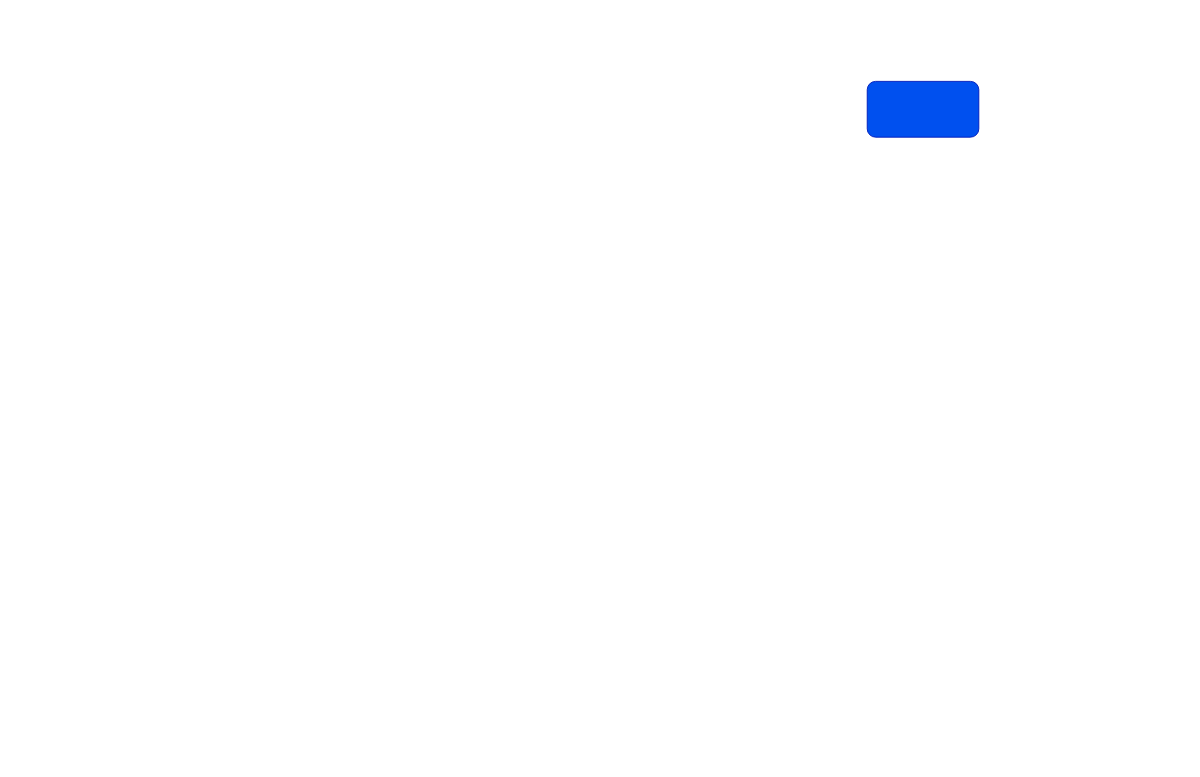
Before: Diagrama sem nome.drawio in golld3636-hub/cubo-gold3636, a draw.io diagram. Source tidied: cells renumbered, new cells numbered last; positions are measured from the earlier drawing's top-left corner, leaving out a move shared by most shapes. Both pictures are drawn from the tidied source at 93%, with x=0, y=0 at pixel (867, 81).
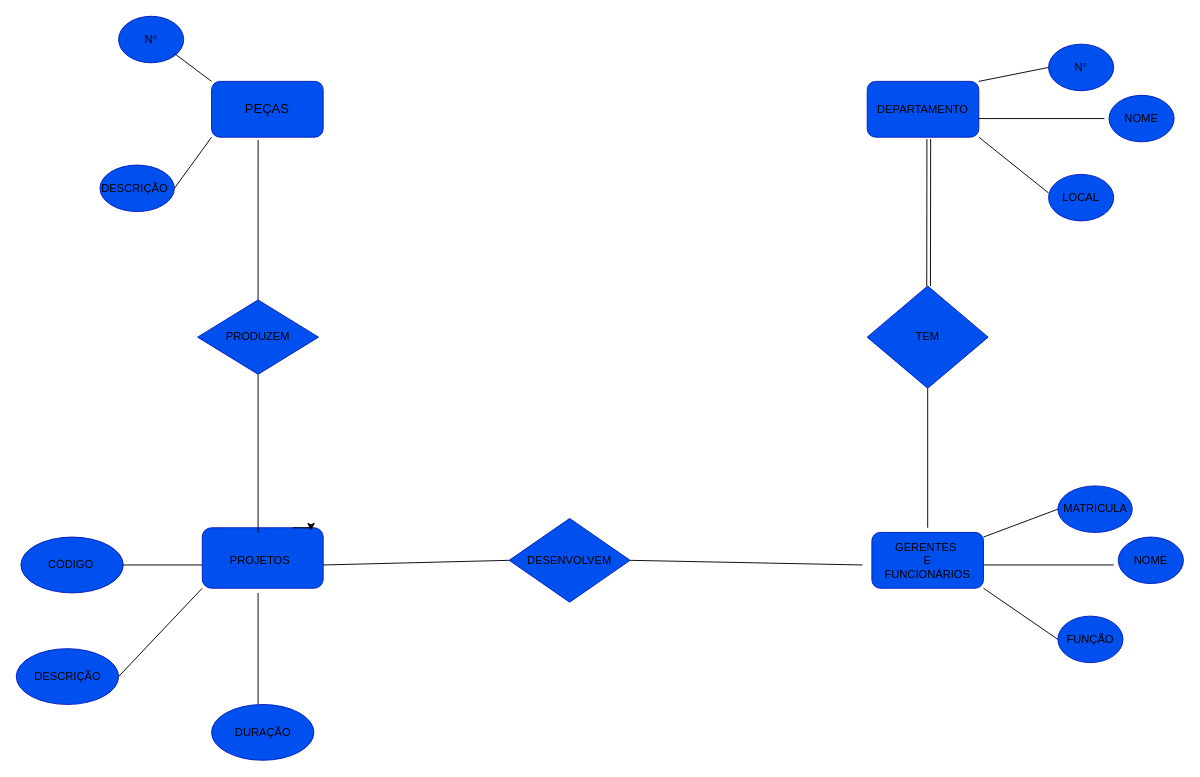
After the change.

The edit, as a diff of the source:
```diff
@@
+    <mxCell id="3" value="DEPARTAMENTO" style="text;html=1;whiteSpace=wrap;strokeColor=none;fillColor=none;align=center;verticalAlign=middle;rounded=0;fontColor=light-dark(#000000,#000000);" parent="1" vertex="1">
+      <mxGeometry x="30" y="15" width="60" height="30" as="geometry" />
+    </mxCell>
+    <mxCell id="4" style="rounded=1;whiteSpace=wrap;html=1;fillColor=#0050ef;fontColor=#ffffff;strokeColor=#001DBC;" parent="1" vertex="1">
+      <mxGeometry x="5" y="485" width="120" height="60" as="geometry" />
+    </mxCell>
+    <mxCell id="5" value="GERENTES&amp;nbsp;&lt;div&gt;E FUNCIONÁRIOS&lt;/div&gt;" style="text;html=1;whiteSpace=wrap;strokeColor=none;fillColor=none;align=center;verticalAlign=middle;rounded=0;fontColor=light-dark(#000000,#000000);" parent="1" vertex="1">
+      <mxGeometry x="35" y="500" width="60" height="30" as="geometry" />
+    </mxCell>
+    <mxCell id="6" style="rhombus;whiteSpace=wrap;html=1;fillColor=#0050ef;fontColor=#ffffff;strokeColor=#001DBC;" parent="1" vertex="1">
+      <mxGeometry y="220" width="130" height="110" as="geometry" />
+    </mxCell>
+    <mxCell id="7" value="TEM" style="text;html=1;whiteSpace=wrap;strokeColor=none;fillColor=none;align=center;verticalAlign=middle;rounded=0;fontColor=light-dark(#000000,#000000);" parent="1" vertex="1">
+      <mxGeometry x="35" y="260" width="60" height="30" as="geometry" />
+    </mxCell>
+    <mxCell id="8" style="shape=link;html=1;rounded=0;exitX=0.558;exitY=1.033;exitDx=0;exitDy=0;exitPerimeter=0;" parent="1" edge="1">
+      <mxGeometry relative="1" as="geometry">
+        <mxPoint x="66.2" y="62" as="sourcePoint" />
+        <mxPoint x="66" y="220" as="targetPoint" />
+      </mxGeometry>
+    </mxCell>
+    <mxCell id="9" style="endArrow=none;html=1;rounded=0;entryX=0.5;entryY=1;entryDx=0;entryDy=0;" parent="1" edge="1" target="6">
+      <mxGeometry relative="1" as="geometry">
+        <mxPoint x="65" y="480" as="sourcePoint" />
+      </mxGeometry>
+    </mxCell>
+    <mxCell id="10" style="rounded=1;whiteSpace=wrap;html=1;fillColor=#0050ef;fontColor=#ffffff;strokeColor=#001DBC;" parent="1" vertex="1">
+      <mxGeometry x="-715" y="480" width="130" height="65" as="geometry" />
+    </mxCell>
+    <mxCell id="11" value="PROJETOS&lt;span style=&quot;white-space: pre;&quot;&gt;&#9;&lt;/span&gt;" style="text;html=1;whiteSpace=wrap;strokeColor=none;fillColor=none;align=center;verticalAlign=middle;rounded=0;fontColor=light-dark(#000000,#000000);" parent="1" vertex="1">
+      <mxGeometry x="-675" y="500" width="60" height="30" as="geometry" />
+    </mxCell>
+    <mxCell id="12" style="rounded=1;whiteSpace=wrap;html=1;fillColor=#0050ef;fontColor=#ffffff;strokeColor=#001DBC;" parent="1" vertex="1">
+      <mxGeometry x="-705" width="120" height="60" as="geometry" />
+    </mxCell>
+    <mxCell id="13" style="endArrow=none;html=1;rounded=0;exitX=1;exitY=0.5;exitDx=0;exitDy=0;" parent="1" edge="1" source="15">
+      <mxGeometry relative="1" as="geometry">
+        <mxPoint x="-5" y="520" as="targetPoint" />
+      </mxGeometry>
+    </mxCell>
+    <mxCell id="14" style="edgeStyle=orthogonalEdgeStyle;rounded=0;orthogonalLoop=1;jettySize=auto;html=1;exitX=0.75;exitY=0;exitDx=0;exitDy=0;entryX=0.9;entryY=0.05;entryDx=0;entryDy=0;entryPerimeter=0;" parent="1" edge="1" source="10" target="10">
+      <mxGeometry relative="1" as="geometry" />
+    </mxCell>
+    <mxCell id="15" style="rhombus;whiteSpace=wrap;html=1;fillColor=#0050ef;fontColor=#ffffff;strokeColor=#001DBC;" parent="1" vertex="1">
+      <mxGeometry x="-385" y="470" width="130" height="90" as="geometry" />
+    </mxCell>
+    <mxCell id="16" value="DESENVOLVEM" style="text;html=1;whiteSpace=wrap;strokeColor=none;fillColor=none;align=center;verticalAlign=middle;rounded=0;fontColor=light-dark(#000000,#000000);" parent="1" vertex="1">
+      <mxGeometry x="-350" y="500" width="60" height="30" as="geometry" />
+    </mxCell>
+    <mxCell id="17" style="endArrow=none;html=1;rounded=0;entryX=0;entryY=0.5;entryDx=0;entryDy=0;" parent="1" edge="1" target="15">
+      <mxGeometry relative="1" as="geometry">
+        <mxPoint x="-585" y="520" as="sourcePoint" />
+      </mxGeometry>
+    </mxCell>
+    <mxCell id="18" style="endArrow=none;html=1;rounded=0;entryX=0.5;entryY=1;entryDx=0;entryDy=0;" parent="1" edge="1" target="19">
+      <mxGeometry relative="1" as="geometry">
+        <mxPoint x="-655" y="485" as="sourcePoint" />
+      </mxGeometry>
+    </mxCell>
+    <mxCell id="19" style="rhombus;whiteSpace=wrap;html=1;fillColor=#0050ef;fontColor=#ffffff;strokeColor=#001DBC;" parent="1" vertex="1">
+      <mxGeometry x="-720" y="235" width="130" height="80" as="geometry" />
+    </mxCell>
+    <mxCell id="20" value="PEÇAS" style="text;html=1;whiteSpace=wrap;strokeColor=none;fillColor=none;align=center;verticalAlign=middle;rounded=0;fontColor=light-dark(#000000,#000000);fontSize=14;" parent="1" vertex="1">
+      <mxGeometry x="-675" y="15" width="60" height="30" as="geometry" />
+    </mxCell>
+    <mxCell id="21" style="endArrow=none;html=1;rounded=0;entryX=0.417;entryY=1.05;entryDx=0;entryDy=0;entryPerimeter=0;" parent="1" edge="1" target="12">
+      <mxGeometry relative="1" as="geometry">
+        <mxPoint x="-655" y="235" as="sourcePoint" />
+      </mxGeometry>
+    </mxCell>
+    <mxCell id="22" value="PRODUZEM" style="text;html=1;whiteSpace=wrap;strokeColor=none;fillColor=none;align=center;verticalAlign=middle;rounded=0;fontColor=light-dark(#000000,#000000);" parent="1" vertex="1">
+      <mxGeometry x="-685" y="260" width="60" height="30" as="geometry" />
+    </mxCell>
+    <mxCell id="23" style="ellipse;whiteSpace=wrap;html=1;fillColor=#0050ef;fontColor=#ffffff;strokeColor=#001DBC;" parent="1" vertex="1">
+      <mxGeometry x="-805" y="-70" width="70" height="50" as="geometry" />
+    </mxCell>
+    <mxCell id="24" style="endArrow=none;html=1;rounded=0;entryX=0;entryY=0;entryDx=0;entryDy=0;" parent="1" edge="1" target="12">
+      <mxGeometry relative="1" as="geometry">
+        <mxPoint x="-745" y="-30" as="sourcePoint" />
+      </mxGeometry>
+    </mxCell>
+    <mxCell id="25" value="N°" style="text;html=1;whiteSpace=wrap;strokeColor=none;fillColor=none;align=center;verticalAlign=middle;rounded=0;fontColor=light-dark(#000000,#000000);" parent="1" vertex="1">
+      <mxGeometry x="-800" y="-60" width="60" height="30" as="geometry" />
+    </mxCell>
+    <mxCell id="26" style="ellipse;whiteSpace=wrap;html=1;fillColor=#0050ef;fontColor=#ffffff;strokeColor=#001DBC;" parent="1" vertex="1">
+      <mxGeometry x="-825" y="90" width="80" height="50" as="geometry" />
+    </mxCell>
+    <mxCell id="27" value="DESCRIÇÃO" style="text;html=1;whiteSpace=wrap;strokeColor=none;fillColor=none;align=center;verticalAlign=middle;rounded=0;fontColor=light-dark(#000000,#000000);" parent="1" vertex="1">
+      <mxGeometry x="-815" y="100" width="55" height="30" as="geometry" />
+    </mxCell>
+    <mxCell id="28" style="endArrow=none;html=1;rounded=0;entryX=1;entryY=0.5;entryDx=0;entryDy=0;exitX=0;exitY=1;exitDx=0;exitDy=0;" parent="1" edge="1" source="12" target="26">
+      <mxGeometry relative="1" as="geometry" />
+    </mxCell>
+    <mxCell id="29" style="ellipse;whiteSpace=wrap;html=1;fillColor=#0050ef;fontColor=#ffffff;strokeColor=#001DBC;" parent="1" vertex="1">
+      <mxGeometry x="195" y="-40" width="70" height="50" as="geometry" />
+    </mxCell>
+    <mxCell id="30" value="N°" style="text;html=1;whiteSpace=wrap;strokeColor=none;fillColor=none;align=center;verticalAlign=middle;rounded=0;fontColor=light-dark(#000000,#000000);" parent="1" vertex="1">
+      <mxGeometry x="200" y="-30" width="60" height="30" as="geometry" />
+    </mxCell>
+    <mxCell id="31" style="endArrow=none;html=1;rounded=0;entryX=0;entryY=0.5;entryDx=0;entryDy=0;" parent="1" edge="1" target="29">
+      <mxGeometry relative="1" as="geometry">
+        <mxPoint x="120" as="sourcePoint" />
+      </mxGeometry>
+    </mxCell>
+    <mxCell id="32" style="endArrow=none;html=1;rounded=0;" parent="1" edge="1">
+      <mxGeometry relative="1" as="geometry">
+        <mxPoint x="120" y="60" as="sourcePoint" />
+        <mxPoint x="195" y="120" as="targetPoint" />
+      </mxGeometry>
+    </mxCell>
+    <mxCell id="33" style="ellipse;whiteSpace=wrap;html=1;fillColor=#0050ef;fontColor=#ffffff;strokeColor=#001DBC;" parent="1" vertex="1">
+      <mxGeometry x="195" y="100" width="70" height="50" as="geometry" />
+    </mxCell>
+    <mxCell id="34" value="LOCAL" style="text;html=1;whiteSpace=wrap;strokeColor=none;fillColor=none;align=center;verticalAlign=middle;rounded=0;fontColor=light-dark(#000000,#000000);" parent="1" vertex="1">
+      <mxGeometry x="200" y="110" width="60" height="30" as="geometry" />
+    </mxCell>
+    <mxCell id="35" style="ellipse;whiteSpace=wrap;html=1;fillColor=#0050ef;fontColor=#ffffff;strokeColor=#001DBC;" parent="1" vertex="1">
+      <mxGeometry x="260" y="15" width="70" height="50" as="geometry" />
+    </mxCell>
+    <mxCell id="36" value="NOME" style="text;html=1;whiteSpace=wrap;strokeColor=none;fillColor=none;align=center;verticalAlign=middle;rounded=0;fontColor=light-dark(#000000,#000000);" parent="1" vertex="1">
+      <mxGeometry x="265" y="25" width="60" height="30" as="geometry" />
+    </mxCell>
+    <mxCell id="37" style="endArrow=none;html=1;rounded=0;" parent="1" edge="1">
+      <mxGeometry relative="1" as="geometry">
+        <mxPoint x="120" y="40" as="sourcePoint" />
+        <mxPoint x="255" y="40" as="targetPoint" />
+      </mxGeometry>
+    </mxCell>
+    <mxCell id="38" style="ellipse;whiteSpace=wrap;html=1;fillColor=#0050ef;fontColor=light-dark(#000000,#000000);strokeColor=#001DBC;" parent="1" vertex="1">
+      <mxGeometry x="-705" y="670" width="110" height="60" as="geometry" />
+    </mxCell>
+    <mxCell id="39" value="DURAÇÃO" style="text;html=1;blackSpace=wrap;strokeColor=none;fillColor=none;align=center;verticalAlign=middle;rounded=0;fontColor=light-dark(#000000,#000000);" parent="1" vertex="1">
+      <mxGeometry x="-680" y="685" width="60" height="30" as="geometry" />
+    </mxCell>
+    <mxCell id="40" style="ellipse;whiteSpace=wrap;html=1;fillColor=#0050ef;fontColor=light-dark(#000000,#000000);strokeColor=#001DBC;" parent="1" vertex="1">
+      <mxGeometry x="-910" y="490" width="110" height="60" as="geometry" />
+    </mxCell>
+    <mxCell id="41" value="CÓDIGO&amp;nbsp;" style="text;html=1;blackSpace=wrap;strokeColor=none;fillColor=none;align=center;verticalAlign=middle;rounded=0;fontColor=light-dark(#000000,#000000);" parent="1" vertex="1">
+      <mxGeometry x="-885" y="505" width="60" height="30" as="geometry" />
+    </mxCell>
+    <mxCell id="42" style="ellipse;whiteSpace=wrap;html=1;fillColor=#0050ef;fontColor=light-dark(#000000,#000000);strokeColor=#001DBC;" parent="1" vertex="1">
+      <mxGeometry x="-915" y="610" width="110" height="60" as="geometry" />
+    </mxCell>
+    <mxCell id="43" value="DESCRIÇÃO" style="text;html=1;blackSpace=wrap;strokeColor=none;fillColor=none;align=center;verticalAlign=middle;rounded=0;fontColor=light-dark(#000000,#000000);" parent="1" vertex="1">
+      <mxGeometry x="-890" y="625" width="60" height="30" as="geometry" />
+    </mxCell>
+    <mxCell id="44" style="endArrow=none;html=1;rounded=0;" parent="1" edge="1">
+      <mxGeometry relative="1" as="geometry">
+        <mxPoint x="-655" y="670" as="sourcePoint" />
+        <mxPoint x="-655" y="550" as="targetPoint" />
+      </mxGeometry>
+    </mxCell>
+    <mxCell id="45" style="endArrow=none;html=1;rounded=0;entryX=0;entryY=1;entryDx=0;entryDy=0;" parent="1" edge="1" target="10">
+      <mxGeometry relative="1" as="geometry">
+        <mxPoint x="-805" y="640" as="sourcePoint" />
+      </mxGeometry>
+    </mxCell>
+    <mxCell id="46" style="endArrow=none;html=1;rounded=0;" parent="1" edge="1">
+      <mxGeometry relative="1" as="geometry">
+        <mxPoint x="-800" y="520" as="sourcePoint" />
+        <mxPoint x="-715" y="520" as="targetPoint" />
+      </mxGeometry>
+    </mxCell>
+    <mxCell id="47" style="ellipse;whiteSpace=wrap;html=1;fillColor=#0050ef;fontColor=#ffffff;strokeColor=#001DBC;" parent="1" vertex="1">
+      <mxGeometry x="205" y="435" width="80" height="50" as="geometry" />
+    </mxCell>
+    <mxCell id="48" value="MATRÍCULA" style="text;html=1;whiteSpace=wrap;strokeColor=none;fillColor=none;align=center;verticalAlign=middle;rounded=0;fontColor=light-dark(#000000,#000000);" parent="1" vertex="1">
+      <mxGeometry x="217.5" y="442.5" width="55" height="35" as="geometry" />
+    </mxCell>
+    <mxCell id="49" style="ellipse;whiteSpace=wrap;html=1;fillColor=#0050ef;fontColor=#ffffff;strokeColor=#001DBC;" parent="1" vertex="1">
+      <mxGeometry x="205" y="575" width="70" height="50" as="geometry" />
+    </mxCell>
+    <mxCell id="50" value="FUNÇÃO" style="text;whiteSpace=wrap;strokeColor=none;fillColor=none;align=center;verticalAlign=middle;rounded=0;fontColor=light-dark(#000000,#000000);html=1;" parent="1" vertex="1">
+      <mxGeometry x="210" y="585" width="60" height="30" as="geometry" />
+    </mxCell>
+    <mxCell id="51" style="ellipse;whiteSpace=wrap;html=1;fillColor=#0050ef;fontColor=#ffffff;strokeColor=#001DBC;" parent="1" vertex="1">
+      <mxGeometry x="270" y="490" width="70" height="50" as="geometry" />
+    </mxCell>
+    <mxCell id="52" value="NOME" style="text;html=1;whiteSpace=wrap;strokeColor=none;fillColor=none;align=center;verticalAlign=middle;rounded=0;fontColor=light-dark(#000000,#000000);" parent="1" vertex="1">
+      <mxGeometry x="275" y="500" width="60" height="30" as="geometry" />
+    </mxCell>
+    <mxCell id="53" style="endArrow=none;html=1;rounded=0;entryX=0;entryY=0.5;entryDx=0;entryDy=0;" parent="1" edge="1" target="49">
+      <mxGeometry relative="1" as="geometry">
+        <mxPoint x="125" y="545" as="sourcePoint" />
+      </mxGeometry>
+    </mxCell>
+    <mxCell id="54" style="endArrow=none;html=1;rounded=0;" parent="1" edge="1">
+      <mxGeometry relative="1" as="geometry">
+        <mxPoint x="125" y="520" as="sourcePoint" />
+        <mxPoint x="265" y="520" as="targetPoint" />
+      </mxGeometry>
+    </mxCell>
+    <mxCell id="55" style="endArrow=none;html=1;rounded=0;entryX=0;entryY=0.5;entryDx=0;entryDy=0;" parent="1" edge="1" target="47">
+      <mxGeometry relative="1" as="geometry">
+        <mxPoint x="125" y="490" as="sourcePoint" />
+      </mxGeometry>
+    </mxCell>
```
